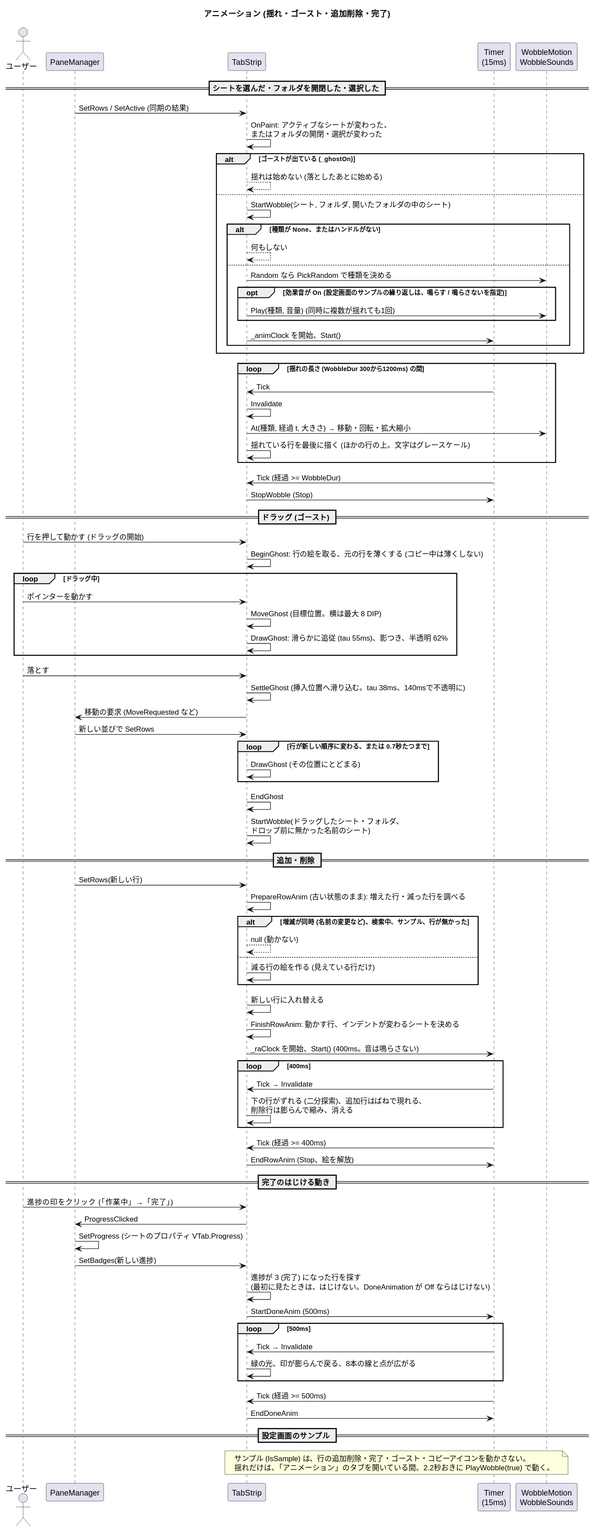
The PlantUML diagram docs/sequence-animation.svg in nk-taka623/VerticalSheetTabs, before a commit.
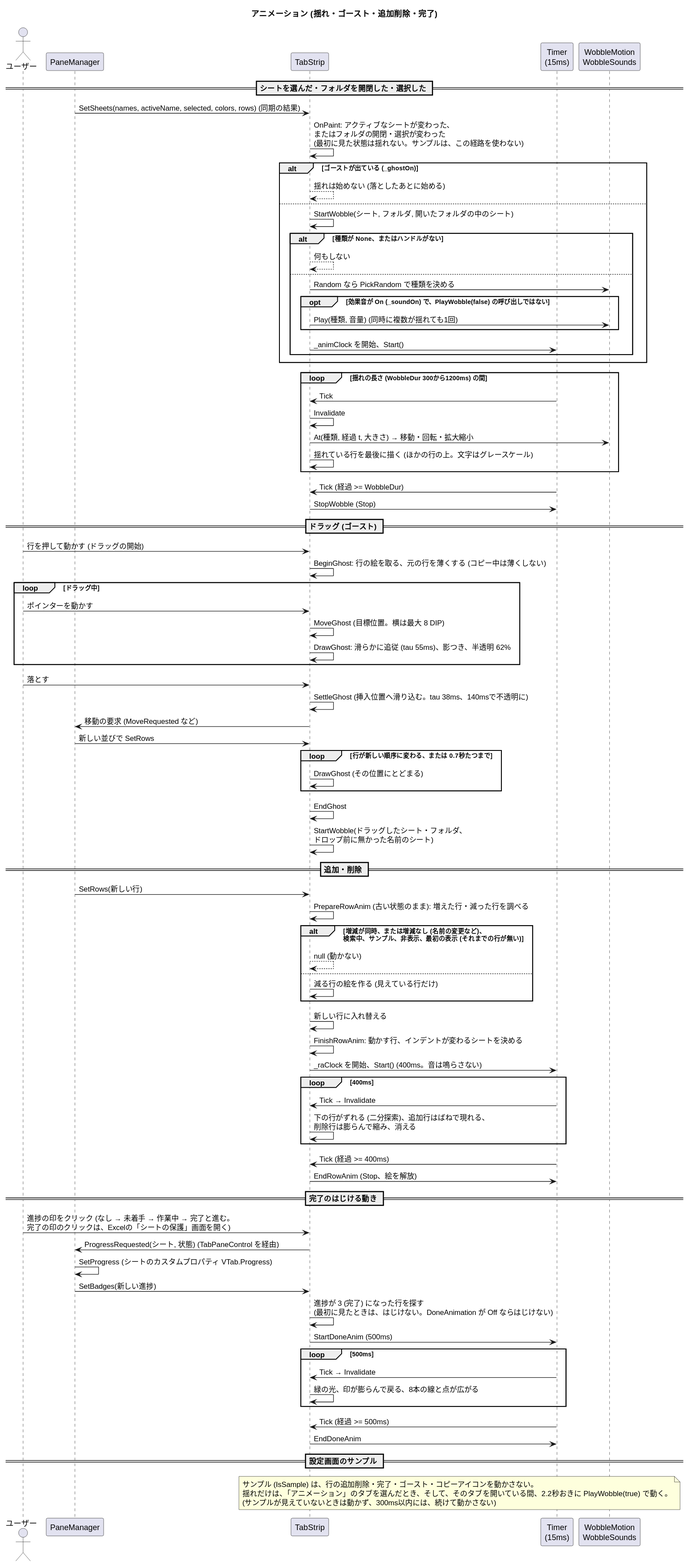
The same diagram one commit later.

What changed in the source:
```diff
@@ -10,8 +10,8 @@
 participant "WobbleMotion\nWobbleSounds" as W
 
 == シートを選んだ・フォルダを開閉した・選択した ==
-P -> S : SetRows / SetActive (同期の結果)
-S -> S : OnPaint: アクティブなシートが変わった、\nまたはフォルダの開閉・選択が変わった
+P -> S : SetSheets(names, activeName, selected, colors, rows) (同期の結果)
+S -> S : OnPaint: アクティブなシートが変わった、\nまたはフォルダの開閉・選択が変わった\n(最初に見た状態は揺れない。サンプルは、この経路を使わない)
 alt ゴーストが出ている (_ghostOn)
   S --> S : 揺れは始めない (落としたあとに始める)
 else
@@ -20,7 +20,7 @@
     S --> S : 何もしない
   else
     S -> W : Random なら PickRandom で種類を決める
-    opt 効果音が On (設定画面のサンプルの繰り返しは、鳴らす / 鳴らさないを指定)
+    opt 効果音が On (_soundOn) で、PlayWobble(false) の呼び出しではない
       S -> W : Play(種類, 音量) (同時に複数が揺れても1回)
     end
     S -> T : _animClock を開始、Start()
@@ -57,7 +57,7 @@
 == 追加・削除 ==
 P -> S : SetRows(新しい行)
 S -> S : PrepareRowAnim (古い状態のまま): 増えた行・減った行を調べる
-alt 増減が同時 (名前の変更など)、検索中、サンプル、行が無かった
+alt 増減が同時、または増減なし (名前の変更など)、\n検索中、サンプル、非表示、最初の表示 (それまでの行が無い)
   S --> S : null (動かない)
 else
   S -> S : 減る行の絵を作る (見えている行だけ)
@@ -73,9 +73,9 @@
 S -> T : EndRowAnim (Stop、絵を解放)
 
 == 完了のはじける動き ==
-U -> S : 進捗の印をクリック (「作業中」→「完了」)
-S -> P : ProgressClicked
-P -> P : SetProgress (シートのプロパティ VTab.Progress)
+U -> S : 進捗の印をクリック (なし → 未着手 → 作業中 → 完了と進む。\n完了の印のクリックは、Excelの「シートの保護」画面を開く)
+S -> P : ProgressRequested(シート, 状態) (TabPaneControl を経由)
+P -> P : SetProgress (シートのカスタムプロパティ VTab.Progress)
 P -> S : SetBadges(新しい進捗)
 S -> S : 進捗が 3 (完了) になった行を探す\n(最初に見たときは、はじけない。DoneAnimation が Off ならはじけない)
 S -> T : StartDoneAnim (500ms)
@@ -89,6 +89,7 @@
 == 設定画面のサンプル ==
 note over S, W
   サンプル (IsSample) は、行の追加削除・完了・ゴースト・コピーアイコンを動かさない。
-  揺れだけは、「アニメーション」のタブを開いている間、2.2秒おきに PlayWobble(true) で動く。
+  揺れだけは、「アニメーション」のタブを選んだとき、そして、そのタブを開いている間、2.2秒おきに PlayWobble(true) で動く。
+  (サンプルが見えていないときは動かず、300ms以内には、続けて動かさない)
 end note
 @enduml
```
